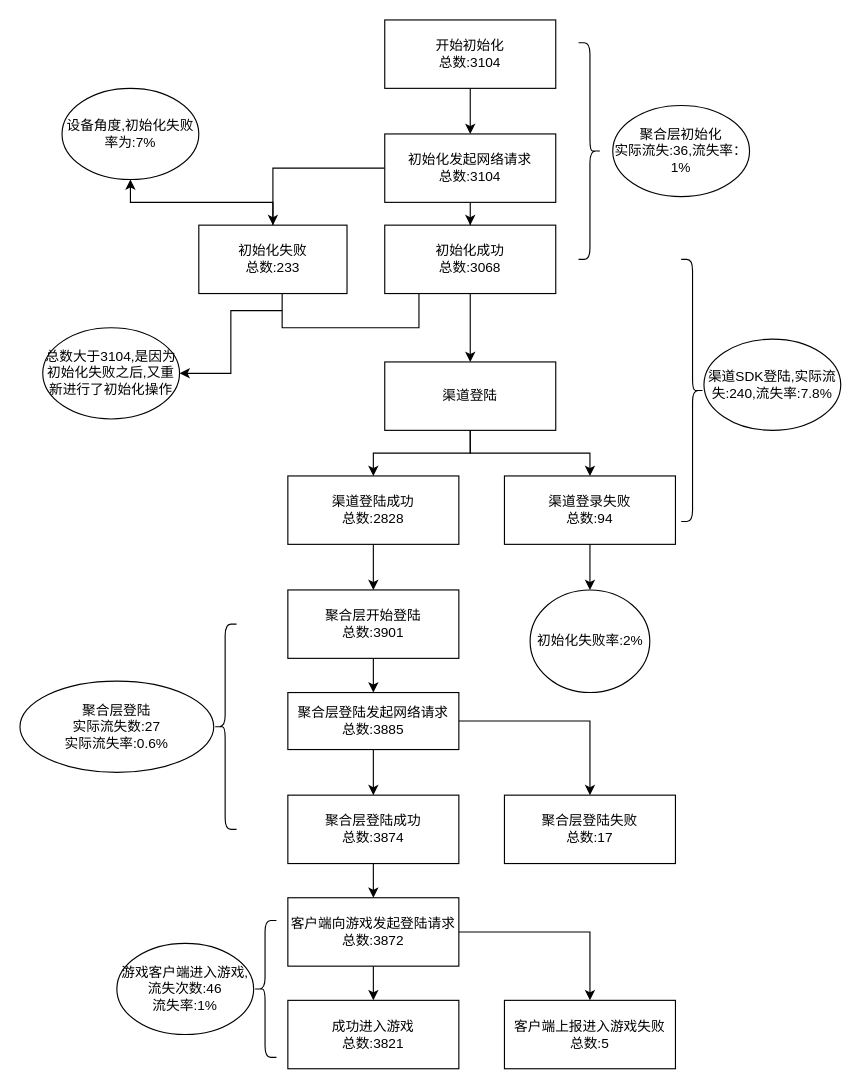
Before: 爱丽丝的衣橱2021020214点流失分析(去重).drawio in wushengqiang/mydoc, a draw.io diagram. Source tidied: cells renumbered, new cells numbered last; positions are measured from the earlier drawing's top-left corner, leaving out a move shared by most shapes. Both pictures are drawn from the tidied source at 114%, with x=0, y=0 at pixel (19, 19).
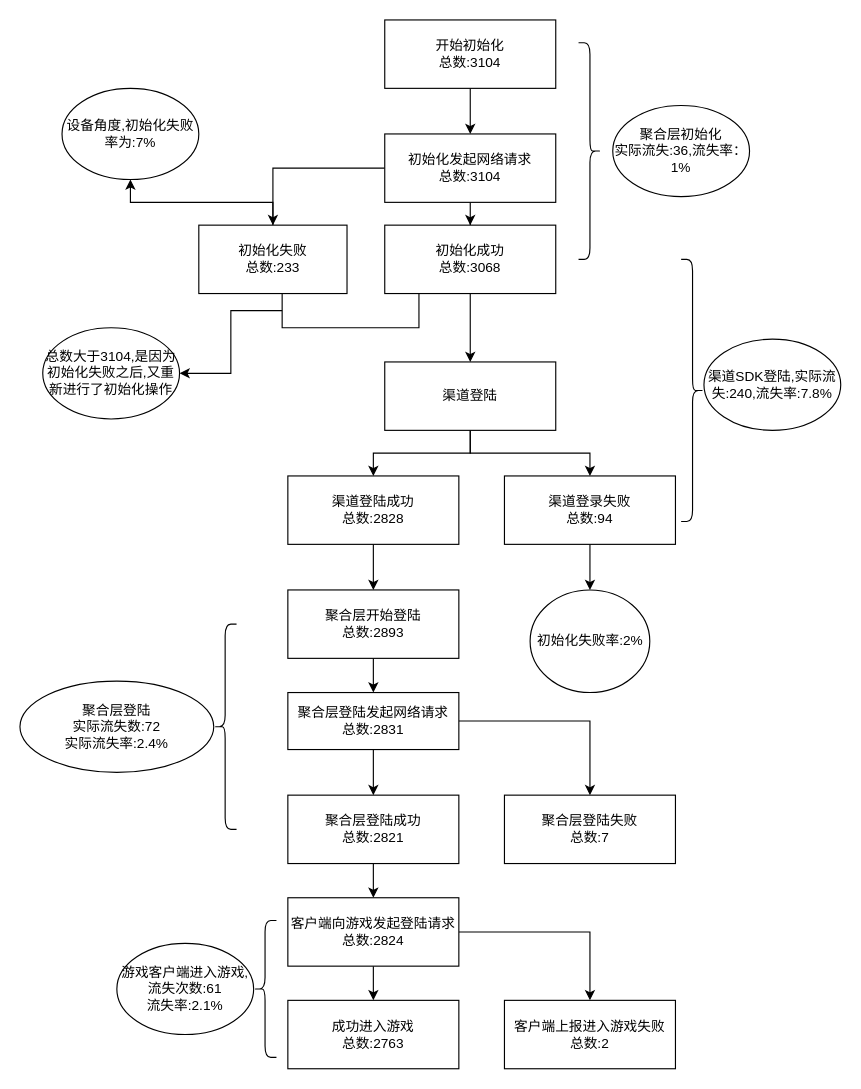
Above is the later version.

Commit message:
更新爱丽丝的衣橱2021020214点流失分析(去重).drawio

Diff of the diagram source:
```diff
@@
-    <mxCell id="20" value="聚合层开始登陆&lt;br&gt;总数:3901" style="rounded=0;whiteSpace=wrap;html=1;" parent="1" vertex="1">
+    <mxCell id="20" value="聚合层开始登陆&lt;br&gt;总数:2893" style="rounded=0;whiteSpace=wrap;html=1;" parent="1" vertex="1">
       <mxGeometry x="235" y="500" width="150" height="60" as="geometry" />
     </mxCell>
@@
-    <mxCell id="23" value="聚合层登陆发起网络请求&lt;br&gt;总数:3885" style="rounded=0;whiteSpace=wrap;html=1;" parent="1" vertex="1">
+    <mxCell id="23" value="聚合层登陆发起网络请求&lt;br&gt;总数:2831" style="rounded=0;whiteSpace=wrap;html=1;" parent="1" vertex="1">
       <mxGeometry x="235" y="590" width="150" height="50" as="geometry" />
     </mxCell>
@@
-    <mxCell id="25" value="聚合层登陆成功&lt;br&gt;总数:3874" style="rounded=0;whiteSpace=wrap;html=1;" parent="1" vertex="1">
+    <mxCell id="25" value="聚合层登陆成功&lt;br&gt;总数:2821" style="rounded=0;whiteSpace=wrap;html=1;" parent="1" vertex="1">
       <mxGeometry x="235" y="680" width="150" height="60" as="geometry" />
     </mxCell>
-    <mxCell id="26" value="聚合层登陆失败&lt;br&gt;总数:17" style="rounded=0;whiteSpace=wrap;html=1;" parent="1" vertex="1">
+    <mxCell id="26" value="聚合层登陆失败&lt;br&gt;总数:7" style="rounded=0;whiteSpace=wrap;html=1;" parent="1" vertex="1">
       <mxGeometry x="425" y="680" width="150" height="60" as="geometry" />
     </mxCell>
@@
-    <mxCell id="29" value="客户端向游戏发起登陆请求&lt;br&gt;总数:3872" style="rounded=0;whiteSpace=wrap;html=1;" parent="1" vertex="1">
+    <mxCell id="29" value="客户端向游戏发起登陆请求&lt;br&gt;总数:2824" style="rounded=0;whiteSpace=wrap;html=1;" parent="1" vertex="1">
       <mxGeometry x="235" y="770" width="150" height="60" as="geometry" />
     </mxCell>
-    <mxCell id="30" value="成功进入游戏&lt;br&gt;总数:3821" style="rounded=0;whiteSpace=wrap;html=1;" parent="1" vertex="1">
+    <mxCell id="30" value="成功进入游戏&lt;br&gt;总数:2763" style="rounded=0;whiteSpace=wrap;html=1;" parent="1" vertex="1">
       <mxGeometry x="235" y="860" width="150" height="60" as="geometry" />
     </mxCell>
-    <mxCell id="31" value="客户端上报进入游戏失败&lt;br&gt;总数:5" style="rounded=0;whiteSpace=wrap;html=1;" parent="1" vertex="1">
+    <mxCell id="31" value="客户端上报进入游戏失败&lt;br&gt;总数:2" style="rounded=0;whiteSpace=wrap;html=1;" parent="1" vertex="1">
       <mxGeometry x="425" y="860" width="150" height="60" as="geometry" />
     </mxCell>
@@
-    <mxCell id="33" value="游戏客户端进入游戏,流失次数:46&lt;br&gt;流失率:1%" style="ellipse;whiteSpace=wrap;html=1;" parent="1" vertex="1">
+    <mxCell id="33" value="游戏客户端进入游戏,流失次数:61&lt;br&gt;流失率:2.1%" style="ellipse;whiteSpace=wrap;html=1;" parent="1" vertex="1">
       <mxGeometry x="85" y="810" width="120" height="80" as="geometry" />
     </mxCell>
@@
-    <mxCell id="43" value="聚合层登陆&lt;br&gt;实际流失数:27&lt;br&gt;实际流失率:0.6%" style="ellipse;whiteSpace=wrap;html=1;" parent="1" vertex="1">
+    <mxCell id="43" value="聚合层登陆&lt;br&gt;实际流失数:72&lt;br&gt;实际流失率:2.4%" style="ellipse;whiteSpace=wrap;html=1;" parent="1" vertex="1">
       <mxGeometry y="580" width="170" height="80" as="geometry" />
     </mxCell>
```
